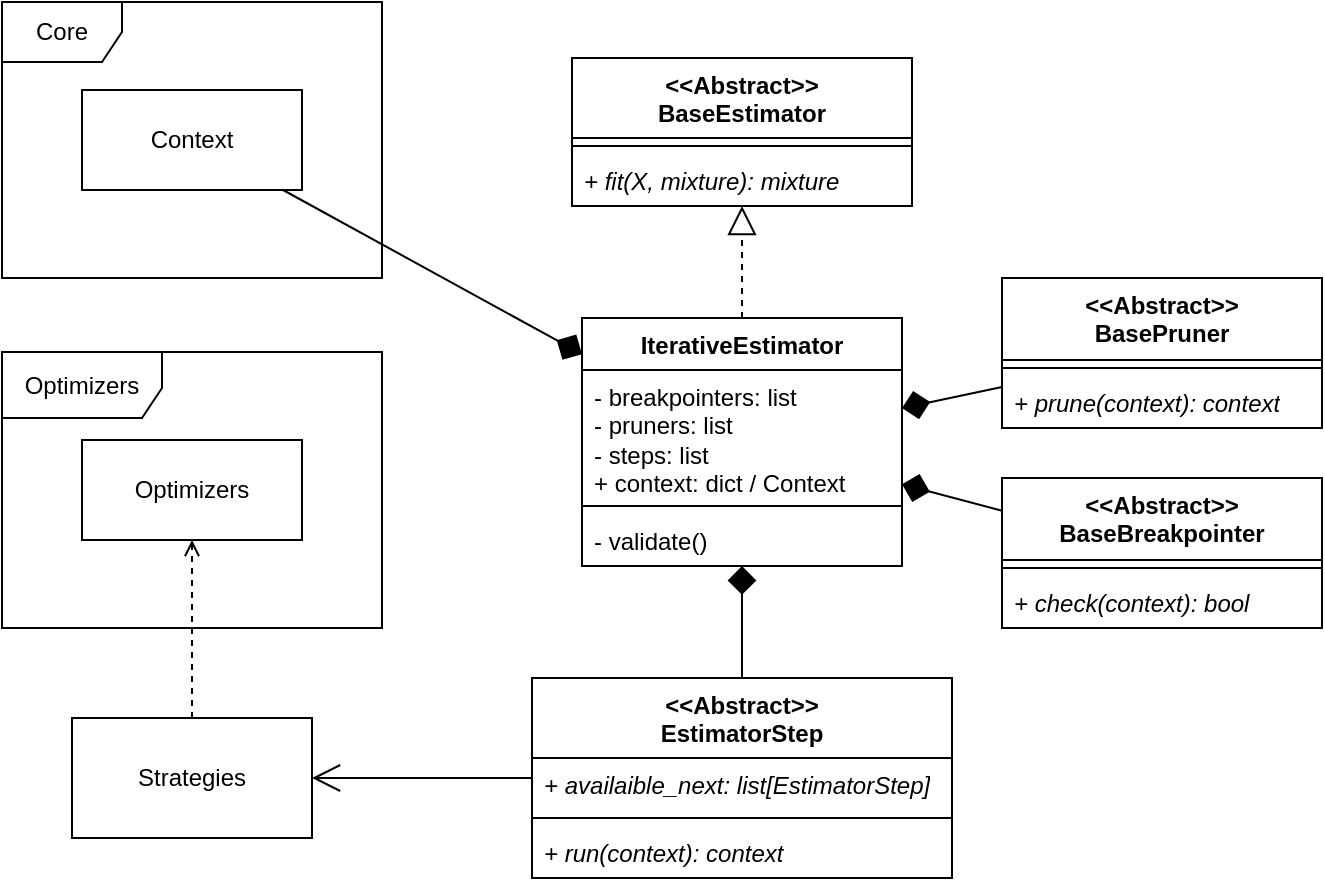
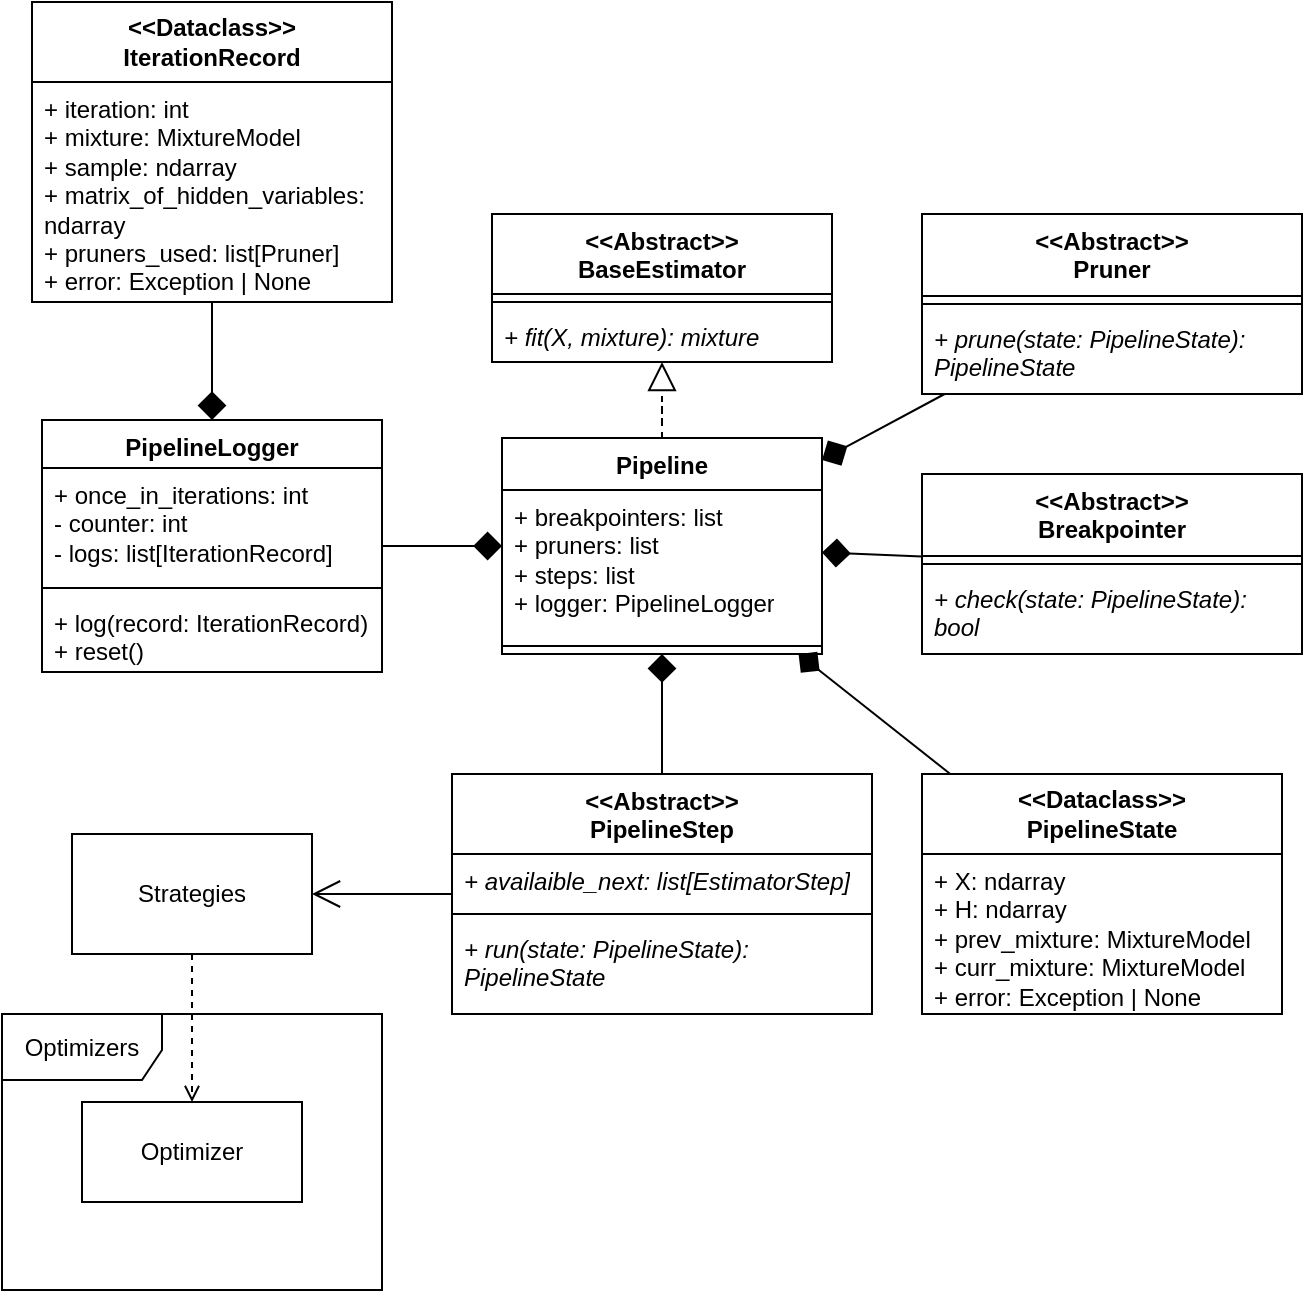
- <mxfile host="app.diagrams.net" agent="Mozilla/5.0 (X11; Linux x86_64; rv:141.0) Gecko/20100101 Firefox/141.0" version="28.0.7">
+ <mxfile host="app.diagrams.net" agent="Mozilla/5.0 (X11; Linux x86_64; rv:142.0) Gecko/20100101 Firefox/142.0" version="28.2.5">
  <diagram name="Страница — 1" id="L3of5CtgdDFCuuwQRz7S">
-     <mxGraphModel dx="989" dy="537" grid="1" gridSize="10" guides="1" tooltips="1" connect="1" arrows="1" fold="1" page="1" pageScale="1" pageWidth="827" pageHeight="1169" math="0" shadow="0">
+     <mxGraphModel dx="1164" dy="632" grid="1" gridSize="10" guides="1" tooltips="1" connect="1" arrows="1" fold="1" page="1" pageScale="1" pageWidth="827" pageHeight="1169" math="0" shadow="0">
      <root>
        <mxCell id="0" />
        <mxCell id="1" parent="0" />
-         <mxCell id="7kfVcsc6eJq3a87VuWfx-1" value="&lt;div&gt;&amp;lt;&amp;lt;Abstract&amp;gt;&amp;gt;&lt;/div&gt;&lt;div&gt;BaseEstimator&lt;/div&gt;" style="swimlane;fontStyle=1;align=center;verticalAlign=top;childLayout=stackLayout;horizontal=1;startSize=40;horizontalStack=0;resizeParent=1;resizeParentMax=0;resizeLast=0;collapsible=1;marginBottom=0;whiteSpace=wrap;html=1;" vertex="1" parent="1">
-           <mxGeometry x="305" y="140" width="170" height="74" as="geometry" />
+         <mxCell id="7kfVcsc6eJq3a87VuWfx-1" value="&lt;div&gt;&amp;lt;&amp;lt;Abstract&amp;gt;&amp;gt;&lt;/div&gt;&lt;div&gt;BaseEstimator&lt;/div&gt;" style="swimlane;fontStyle=1;align=center;verticalAlign=top;childLayout=stackLayout;horizontal=1;startSize=40;horizontalStack=0;resizeParent=1;resizeParentMax=0;resizeLast=0;collapsible=1;marginBottom=0;whiteSpace=wrap;html=1;" parent="1" vertex="1">
+           <mxGeometry x="305" y="200" width="170" height="74" as="geometry" />
        </mxCell>
-         <mxCell id="7kfVcsc6eJq3a87VuWfx-3" value="" style="line;strokeWidth=1;fillColor=none;align=left;verticalAlign=middle;spacingTop=-1;spacingLeft=3;spacingRight=3;rotatable=0;labelPosition=right;points=[];portConstraint=eastwest;strokeColor=inherit;" vertex="1" parent="7kfVcsc6eJq3a87VuWfx-1">
+         <mxCell id="7kfVcsc6eJq3a87VuWfx-3" value="" style="line;strokeWidth=1;fillColor=none;align=left;verticalAlign=middle;spacingTop=-1;spacingLeft=3;spacingRight=3;rotatable=0;labelPosition=right;points=[];portConstraint=eastwest;strokeColor=inherit;" parent="7kfVcsc6eJq3a87VuWfx-1" vertex="1">
          <mxGeometry y="40" width="170" height="8" as="geometry" />
        </mxCell>
-         <mxCell id="7kfVcsc6eJq3a87VuWfx-2" value="&lt;i&gt;+ fit(X, mixture): mixture&lt;/i&gt;" style="text;strokeColor=none;fillColor=none;align=left;verticalAlign=top;spacingLeft=4;spacingRight=4;overflow=hidden;rotatable=0;points=[[0,0.5],[1,0.5]];portConstraint=eastwest;whiteSpace=wrap;html=1;" vertex="1" parent="7kfVcsc6eJq3a87VuWfx-1">
+         <mxCell id="7kfVcsc6eJq3a87VuWfx-2" value="&lt;i&gt;+ fit(X, mixture): mixture&lt;/i&gt;" style="text;strokeColor=none;fillColor=none;align=left;verticalAlign=top;spacingLeft=4;spacingRight=4;overflow=hidden;rotatable=0;points=[[0,0.5],[1,0.5]];portConstraint=eastwest;whiteSpace=wrap;html=1;" parent="7kfVcsc6eJq3a87VuWfx-1" vertex="1">
          <mxGeometry y="48" width="170" height="26" as="geometry" />
        </mxCell>
-         <mxCell id="7kfVcsc6eJq3a87VuWfx-21" style="edgeStyle=orthogonalEdgeStyle;rounded=0;orthogonalLoop=1;jettySize=auto;html=1;endArrow=block;endFill=0;endSize=12;dashed=1;" edge="1" parent="1" source="7kfVcsc6eJq3a87VuWfx-4" target="7kfVcsc6eJq3a87VuWfx-1">
+         <mxCell id="7kfVcsc6eJq3a87VuWfx-21" style="edgeStyle=orthogonalEdgeStyle;rounded=0;orthogonalLoop=1;jettySize=auto;html=1;endArrow=block;endFill=0;endSize=12;dashed=1;" parent="1" source="7kfVcsc6eJq3a87VuWfx-4" target="7kfVcsc6eJq3a87VuWfx-1" edge="1">
          <mxGeometry relative="1" as="geometry" />
        </mxCell>
-         <mxCell id="7kfVcsc6eJq3a87VuWfx-4" value="IterativeEstimator" style="swimlane;fontStyle=1;align=center;verticalAlign=top;childLayout=stackLayout;horizontal=1;startSize=26;horizontalStack=0;resizeParent=1;resizeParentMax=0;resizeLast=0;collapsible=1;marginBottom=0;whiteSpace=wrap;html=1;" vertex="1" parent="1">
-           <mxGeometry x="310" y="270" width="160" height="124" as="geometry" />
+         <mxCell id="7kfVcsc6eJq3a87VuWfx-4" value="Pipeline" style="swimlane;fontStyle=1;align=center;verticalAlign=top;childLayout=stackLayout;horizontal=1;startSize=26;horizontalStack=0;resizeParent=1;resizeParentMax=0;resizeLast=0;collapsible=1;marginBottom=0;whiteSpace=wrap;html=1;" parent="1" vertex="1">
+           <mxGeometry x="310" y="312" width="160" height="108" as="geometry" />
        </mxCell>
-         <mxCell id="7kfVcsc6eJq3a87VuWfx-5" value="&lt;div&gt;- breakpointers: list&lt;/div&gt;&lt;div&gt;- pruners: list&lt;/div&gt;&lt;div&gt;- steps: list&lt;/div&gt;&lt;div&gt;+ context: dict / Context&lt;/div&gt;" style="text;strokeColor=none;fillColor=none;align=left;verticalAlign=top;spacingLeft=4;spacingRight=4;overflow=hidden;rotatable=0;points=[[0,0.5],[1,0.5]];portConstraint=eastwest;whiteSpace=wrap;html=1;" vertex="1" parent="7kfVcsc6eJq3a87VuWfx-4">
-           <mxGeometry y="26" width="160" height="64" as="geometry" />
+         <mxCell id="7kfVcsc6eJq3a87VuWfx-5" value="&lt;div&gt;+ breakpointers: list&lt;/div&gt;&lt;div&gt;+ pruners: list&lt;/div&gt;&lt;div&gt;+ steps: list&lt;/div&gt;&lt;div&gt;+ logger: PipelineLogger&lt;/div&gt;" style="text;strokeColor=none;fillColor=none;align=left;verticalAlign=top;spacingLeft=4;spacingRight=4;overflow=hidden;rotatable=0;points=[[0,0.5],[1,0.5]];portConstraint=eastwest;whiteSpace=wrap;html=1;" parent="7kfVcsc6eJq3a87VuWfx-4" vertex="1">
+           <mxGeometry y="26" width="160" height="74" as="geometry" />
        </mxCell>
-         <mxCell id="7kfVcsc6eJq3a87VuWfx-6" value="" style="line;strokeWidth=1;fillColor=none;align=left;verticalAlign=middle;spacingTop=-1;spacingLeft=3;spacingRight=3;rotatable=0;labelPosition=right;points=[];portConstraint=eastwest;strokeColor=inherit;" vertex="1" parent="7kfVcsc6eJq3a87VuWfx-4">
-           <mxGeometry y="90" width="160" height="8" as="geometry" />
+         <mxCell id="7kfVcsc6eJq3a87VuWfx-6" value="" style="line;strokeWidth=1;fillColor=none;align=left;verticalAlign=middle;spacingTop=-1;spacingLeft=3;spacingRight=3;rotatable=0;labelPosition=right;points=[];portConstraint=eastwest;strokeColor=inherit;" parent="7kfVcsc6eJq3a87VuWfx-4" vertex="1">
+           <mxGeometry y="100" width="160" height="8" as="geometry" />
        </mxCell>
-         <mxCell id="7kfVcsc6eJq3a87VuWfx-7" value="- validate()" style="text;strokeColor=none;fillColor=none;align=left;verticalAlign=top;spacingLeft=4;spacingRight=4;overflow=hidden;rotatable=0;points=[[0,0.5],[1,0.5]];portConstraint=eastwest;whiteSpace=wrap;html=1;" vertex="1" parent="7kfVcsc6eJq3a87VuWfx-4">
-           <mxGeometry y="98" width="160" height="26" as="geometry" />
-         </mxCell>
-         <mxCell id="7kfVcsc6eJq3a87VuWfx-22" style="rounded=0;orthogonalLoop=1;jettySize=auto;html=1;endArrow=diamond;endFill=1;endSize=12;" edge="1" parent="1" source="7kfVcsc6eJq3a87VuWfx-8" target="7kfVcsc6eJq3a87VuWfx-4">
+         <mxCell id="7kfVcsc6eJq3a87VuWfx-22" style="rounded=0;orthogonalLoop=1;jettySize=auto;html=1;endArrow=diamond;endFill=1;endSize=12;" parent="1" source="7kfVcsc6eJq3a87VuWfx-8" target="7kfVcsc6eJq3a87VuWfx-4" edge="1">
          <mxGeometry relative="1" as="geometry" />
        </mxCell>
-         <mxCell id="7kfVcsc6eJq3a87VuWfx-8" value="&lt;div&gt;&amp;lt;&amp;lt;Abstract&amp;gt;&amp;gt;&lt;/div&gt;&lt;div&gt;BasePruner&lt;/div&gt;" style="swimlane;fontStyle=1;align=center;verticalAlign=top;childLayout=stackLayout;horizontal=1;startSize=41;horizontalStack=0;resizeParent=1;resizeParentMax=0;resizeLast=0;collapsible=1;marginBottom=0;whiteSpace=wrap;html=1;" vertex="1" parent="1">
-           <mxGeometry x="520" y="250" width="160" height="75" as="geometry" />
+         <mxCell id="7kfVcsc6eJq3a87VuWfx-8" value="&lt;div&gt;&amp;lt;&amp;lt;Abstract&amp;gt;&amp;gt;&lt;/div&gt;&lt;div&gt;Pruner&lt;/div&gt;" style="swimlane;fontStyle=1;align=center;verticalAlign=top;childLayout=stackLayout;horizontal=1;startSize=41;horizontalStack=0;resizeParent=1;resizeParentMax=0;resizeLast=0;collapsible=1;marginBottom=0;whiteSpace=wrap;html=1;" parent="1" vertex="1">
+           <mxGeometry x="520" y="200" width="190" height="90" as="geometry" />
        </mxCell>
-         <mxCell id="7kfVcsc6eJq3a87VuWfx-9" value="" style="line;strokeWidth=1;fillColor=none;align=left;verticalAlign=middle;spacingTop=-1;spacingLeft=3;spacingRight=3;rotatable=0;labelPosition=right;points=[];portConstraint=eastwest;strokeColor=inherit;" vertex="1" parent="7kfVcsc6eJq3a87VuWfx-8">
-           <mxGeometry y="41" width="160" height="8" as="geometry" />
+         <mxCell id="7kfVcsc6eJq3a87VuWfx-9" value="" style="line;strokeWidth=1;fillColor=none;align=left;verticalAlign=middle;spacingTop=-1;spacingLeft=3;spacingRight=3;rotatable=0;labelPosition=right;points=[];portConstraint=eastwest;strokeColor=inherit;" parent="7kfVcsc6eJq3a87VuWfx-8" vertex="1">
+           <mxGeometry y="41" width="190" height="8" as="geometry" />
        </mxCell>
-         <mxCell id="7kfVcsc6eJq3a87VuWfx-10" value="&lt;i&gt;+ prune(context): context&lt;/i&gt;" style="text;strokeColor=none;fillColor=none;align=left;verticalAlign=top;spacingLeft=4;spacingRight=4;overflow=hidden;rotatable=0;points=[[0,0.5],[1,0.5]];portConstraint=eastwest;whiteSpace=wrap;html=1;" vertex="1" parent="7kfVcsc6eJq3a87VuWfx-8">
-           <mxGeometry y="49" width="160" height="26" as="geometry" />
+         <mxCell id="7kfVcsc6eJq3a87VuWfx-10" value="&lt;i&gt;+ prune(state: PipelineState): PipelineState&lt;/i&gt;" style="text;strokeColor=none;fillColor=none;align=left;verticalAlign=top;spacingLeft=4;spacingRight=4;overflow=hidden;rotatable=0;points=[[0,0.5],[1,0.5]];portConstraint=eastwest;whiteSpace=wrap;html=1;" parent="7kfVcsc6eJq3a87VuWfx-8" vertex="1">
+           <mxGeometry y="49" width="190" height="41" as="geometry" />
        </mxCell>
-         <mxCell id="7kfVcsc6eJq3a87VuWfx-23" style="rounded=0;orthogonalLoop=1;jettySize=auto;html=1;endSize=12;endArrow=diamond;endFill=1;" edge="1" parent="1" source="7kfVcsc6eJq3a87VuWfx-11" target="7kfVcsc6eJq3a87VuWfx-4">
+         <mxCell id="7kfVcsc6eJq3a87VuWfx-23" style="rounded=0;orthogonalLoop=1;jettySize=auto;html=1;endSize=12;endArrow=diamond;endFill=1;" parent="1" source="7kfVcsc6eJq3a87VuWfx-11" target="7kfVcsc6eJq3a87VuWfx-4" edge="1">
          <mxGeometry relative="1" as="geometry" />
        </mxCell>
-         <mxCell id="7kfVcsc6eJq3a87VuWfx-11" value="&lt;div&gt;&amp;lt;&amp;lt;Abstract&amp;gt;&amp;gt;&lt;/div&gt;&lt;div&gt;BaseBreakpointer&lt;/div&gt;" style="swimlane;fontStyle=1;align=center;verticalAlign=top;childLayout=stackLayout;horizontal=1;startSize=41;horizontalStack=0;resizeParent=1;resizeParentMax=0;resizeLast=0;collapsible=1;marginBottom=0;whiteSpace=wrap;html=1;" vertex="1" parent="1">
-           <mxGeometry x="520" y="350" width="160" height="75" as="geometry" />
+         <mxCell id="7kfVcsc6eJq3a87VuWfx-11" value="&lt;div&gt;&amp;lt;&amp;lt;Abstract&amp;gt;&amp;gt;&lt;/div&gt;&lt;div&gt;Breakpointer&lt;/div&gt;" style="swimlane;fontStyle=1;align=center;verticalAlign=top;childLayout=stackLayout;horizontal=1;startSize=41;horizontalStack=0;resizeParent=1;resizeParentMax=0;resizeLast=0;collapsible=1;marginBottom=0;whiteSpace=wrap;html=1;" parent="1" vertex="1">
+           <mxGeometry x="520" y="330" width="190" height="90" as="geometry" />
        </mxCell>
-         <mxCell id="7kfVcsc6eJq3a87VuWfx-12" value="" style="line;strokeWidth=1;fillColor=none;align=left;verticalAlign=middle;spacingTop=-1;spacingLeft=3;spacingRight=3;rotatable=0;labelPosition=right;points=[];portConstraint=eastwest;strokeColor=inherit;" vertex="1" parent="7kfVcsc6eJq3a87VuWfx-11">
-           <mxGeometry y="41" width="160" height="8" as="geometry" />
+         <mxCell id="7kfVcsc6eJq3a87VuWfx-12" value="" style="line;strokeWidth=1;fillColor=none;align=left;verticalAlign=middle;spacingTop=-1;spacingLeft=3;spacingRight=3;rotatable=0;labelPosition=right;points=[];portConstraint=eastwest;strokeColor=inherit;" parent="7kfVcsc6eJq3a87VuWfx-11" vertex="1">
+           <mxGeometry y="41" width="190" height="8" as="geometry" />
        </mxCell>
-         <mxCell id="7kfVcsc6eJq3a87VuWfx-13" value="&lt;i&gt;+ check(context): bool&lt;/i&gt;" style="text;strokeColor=none;fillColor=none;align=left;verticalAlign=top;spacingLeft=4;spacingRight=4;overflow=hidden;rotatable=0;points=[[0,0.5],[1,0.5]];portConstraint=eastwest;whiteSpace=wrap;html=1;" vertex="1" parent="7kfVcsc6eJq3a87VuWfx-11">
-           <mxGeometry y="49" width="160" height="26" as="geometry" />
+         <mxCell id="7kfVcsc6eJq3a87VuWfx-13" value="&lt;i&gt;+ check(state: PipelineState): bool&lt;/i&gt;" style="text;strokeColor=none;fillColor=none;align=left;verticalAlign=top;spacingLeft=4;spacingRight=4;overflow=hidden;rotatable=0;points=[[0,0.5],[1,0.5]];portConstraint=eastwest;whiteSpace=wrap;html=1;" parent="7kfVcsc6eJq3a87VuWfx-11" vertex="1">
+           <mxGeometry y="49" width="190" height="41" as="geometry" />
        </mxCell>
-         <mxCell id="7kfVcsc6eJq3a87VuWfx-24" style="edgeStyle=orthogonalEdgeStyle;rounded=0;orthogonalLoop=1;jettySize=auto;html=1;endArrow=diamond;endFill=1;endSize=12;" edge="1" parent="1" source="7kfVcsc6eJq3a87VuWfx-14" target="7kfVcsc6eJq3a87VuWfx-4">
+         <mxCell id="7kfVcsc6eJq3a87VuWfx-24" style="edgeStyle=orthogonalEdgeStyle;rounded=0;orthogonalLoop=1;jettySize=auto;html=1;endArrow=diamond;endFill=1;endSize=12;" parent="1" source="7kfVcsc6eJq3a87VuWfx-14" target="7kfVcsc6eJq3a87VuWfx-4" edge="1">
          <mxGeometry relative="1" as="geometry" />
        </mxCell>
-         <mxCell id="7kfVcsc6eJq3a87VuWfx-26" style="edgeStyle=orthogonalEdgeStyle;rounded=0;orthogonalLoop=1;jettySize=auto;html=1;endArrow=open;endFill=0;endSize=12;" edge="1" parent="1" source="7kfVcsc6eJq3a87VuWfx-14" target="7kfVcsc6eJq3a87VuWfx-18">
+         <mxCell id="7kfVcsc6eJq3a87VuWfx-26" style="edgeStyle=orthogonalEdgeStyle;rounded=0;orthogonalLoop=1;jettySize=auto;html=1;endArrow=open;endFill=0;endSize=12;" parent="1" source="7kfVcsc6eJq3a87VuWfx-14" target="7kfVcsc6eJq3a87VuWfx-18" edge="1">
          <mxGeometry relative="1" as="geometry" />
        </mxCell>
-         <mxCell id="7kfVcsc6eJq3a87VuWfx-14" value="&lt;div&gt;&amp;lt;&amp;lt;Abstract&amp;gt;&amp;gt;&lt;/div&gt;&lt;div&gt;EstimatorStep&lt;/div&gt;" style="swimlane;fontStyle=1;align=center;verticalAlign=top;childLayout=stackLayout;horizontal=1;startSize=40;horizontalStack=0;resizeParent=1;resizeParentMax=0;resizeLast=0;collapsible=1;marginBottom=0;whiteSpace=wrap;html=1;" vertex="1" parent="1">
-           <mxGeometry x="285" y="450" width="210" height="100" as="geometry" />
+         <mxCell id="7kfVcsc6eJq3a87VuWfx-14" value="&lt;div&gt;&amp;lt;&amp;lt;Abstract&amp;gt;&amp;gt;&lt;/div&gt;&lt;div&gt;PipelineStep&lt;/div&gt;" style="swimlane;fontStyle=1;align=center;verticalAlign=top;childLayout=stackLayout;horizontal=1;startSize=40;horizontalStack=0;resizeParent=1;resizeParentMax=0;resizeLast=0;collapsible=1;marginBottom=0;whiteSpace=wrap;html=1;" parent="1" vertex="1">
+           <mxGeometry x="285" y="480" width="210" height="120" as="geometry" />
        </mxCell>
-         <mxCell id="7kfVcsc6eJq3a87VuWfx-15" value="&lt;i&gt;+ availaible_next: list[EstimatorStep]&lt;/i&gt;" style="text;strokeColor=none;fillColor=none;align=left;verticalAlign=top;spacingLeft=4;spacingRight=4;overflow=hidden;rotatable=0;points=[[0,0.5],[1,0.5]];portConstraint=eastwest;whiteSpace=wrap;html=1;" vertex="1" parent="7kfVcsc6eJq3a87VuWfx-14">
+         <mxCell id="7kfVcsc6eJq3a87VuWfx-15" value="&lt;i&gt;+ availaible_next: list[EstimatorStep]&lt;/i&gt;" style="text;strokeColor=none;fillColor=none;align=left;verticalAlign=top;spacingLeft=4;spacingRight=4;overflow=hidden;rotatable=0;points=[[0,0.5],[1,0.5]];portConstraint=eastwest;whiteSpace=wrap;html=1;" parent="7kfVcsc6eJq3a87VuWfx-14" vertex="1">
          <mxGeometry y="40" width="210" height="26" as="geometry" />
        </mxCell>
-         <mxCell id="7kfVcsc6eJq3a87VuWfx-16" value="" style="line;strokeWidth=1;fillColor=none;align=left;verticalAlign=middle;spacingTop=-1;spacingLeft=3;spacingRight=3;rotatable=0;labelPosition=right;points=[];portConstraint=eastwest;strokeColor=inherit;" vertex="1" parent="7kfVcsc6eJq3a87VuWfx-14">
+         <mxCell id="7kfVcsc6eJq3a87VuWfx-16" value="" style="line;strokeWidth=1;fillColor=none;align=left;verticalAlign=middle;spacingTop=-1;spacingLeft=3;spacingRight=3;rotatable=0;labelPosition=right;points=[];portConstraint=eastwest;strokeColor=inherit;" parent="7kfVcsc6eJq3a87VuWfx-14" vertex="1">
          <mxGeometry y="66" width="210" height="8" as="geometry" />
        </mxCell>
-         <mxCell id="7kfVcsc6eJq3a87VuWfx-17" value="&lt;i&gt;+ run(context): context&lt;/i&gt;" style="text;strokeColor=none;fillColor=none;align=left;verticalAlign=top;spacingLeft=4;spacingRight=4;overflow=hidden;rotatable=0;points=[[0,0.5],[1,0.5]];portConstraint=eastwest;whiteSpace=wrap;html=1;" vertex="1" parent="7kfVcsc6eJq3a87VuWfx-14">
-           <mxGeometry y="74" width="210" height="26" as="geometry" />
+         <mxCell id="7kfVcsc6eJq3a87VuWfx-17" value="&lt;i&gt;+ run(state: PipelineState): PipelineState&lt;/i&gt;" style="text;strokeColor=none;fillColor=none;align=left;verticalAlign=top;spacingLeft=4;spacingRight=4;overflow=hidden;rotatable=0;points=[[0,0.5],[1,0.5]];portConstraint=eastwest;whiteSpace=wrap;html=1;" parent="7kfVcsc6eJq3a87VuWfx-14" vertex="1">
+           <mxGeometry y="74" width="210" height="46" as="geometry" />
        </mxCell>
-         <mxCell id="7kfVcsc6eJq3a87VuWfx-33" style="edgeStyle=orthogonalEdgeStyle;rounded=0;orthogonalLoop=1;jettySize=auto;html=1;endArrow=open;endFill=0;dashed=1;" edge="1" parent="1" source="7kfVcsc6eJq3a87VuWfx-18" target="7kfVcsc6eJq3a87VuWfx-32">
+         <mxCell id="7kfVcsc6eJq3a87VuWfx-33" style="edgeStyle=orthogonalEdgeStyle;rounded=0;orthogonalLoop=1;jettySize=auto;html=1;endArrow=open;endFill=0;dashed=1;" parent="1" source="7kfVcsc6eJq3a87VuWfx-18" target="7kfVcsc6eJq3a87VuWfx-32" edge="1">
          <mxGeometry relative="1" as="geometry" />
        </mxCell>
-         <mxCell id="7kfVcsc6eJq3a87VuWfx-18" value="Strategies" style="rounded=0;whiteSpace=wrap;html=1;" vertex="1" parent="1">
-           <mxGeometry x="55" y="470" width="120" height="60" as="geometry" />
+         <mxCell id="7kfVcsc6eJq3a87VuWfx-18" value="Strategies" style="rounded=0;whiteSpace=wrap;html=1;" parent="1" vertex="1">
+           <mxGeometry x="95" y="510" width="120" height="60" as="geometry" />
        </mxCell>
-         <mxCell id="7kfVcsc6eJq3a87VuWfx-27" value="Core" style="shape=umlFrame;whiteSpace=wrap;html=1;pointerEvents=0;" vertex="1" parent="1">
-           <mxGeometry x="20" y="112" width="190" height="138" as="geometry" />
+         <mxCell id="7kfVcsc6eJq3a87VuWfx-31" value="Optimizers" style="shape=umlFrame;whiteSpace=wrap;html=1;pointerEvents=0;width=80;height=33;" parent="1" vertex="1">
+           <mxGeometry x="60" y="600" width="190" height="138" as="geometry" />
        </mxCell>
-         <mxCell id="7kfVcsc6eJq3a87VuWfx-29" style="rounded=0;orthogonalLoop=1;jettySize=auto;html=1;endArrow=diamond;endFill=1;endSize=12;" edge="1" parent="1" source="7kfVcsc6eJq3a87VuWfx-28" target="7kfVcsc6eJq3a87VuWfx-4">
+         <mxCell id="7kfVcsc6eJq3a87VuWfx-32" value="Optimizer" style="html=1;whiteSpace=wrap;" parent="1" vertex="1">
+           <mxGeometry x="100" y="644" width="110" height="50" as="geometry" />
+         </mxCell>
+         <mxCell id="YgMQbUtL-lygG9Zo0qAp-8" style="rounded=0;orthogonalLoop=1;jettySize=auto;html=1;endArrow=diamond;endFill=1;endSize=11;" edge="1" parent="1" source="YgMQbUtL-lygG9Zo0qAp-4" target="7kfVcsc6eJq3a87VuWfx-4">
          <mxGeometry relative="1" as="geometry" />
        </mxCell>
-         <mxCell id="7kfVcsc6eJq3a87VuWfx-28" value="Context" style="html=1;whiteSpace=wrap;" vertex="1" parent="1">
-           <mxGeometry x="60" y="156" width="110" height="50" as="geometry" />
+         <mxCell id="YgMQbUtL-lygG9Zo0qAp-4" value="&lt;div&gt;&lt;b&gt;&amp;lt;&amp;lt;Dataclass&amp;gt;&amp;gt;&lt;/b&gt;&lt;/div&gt;&lt;div&gt;&lt;b&gt;PipelineState&lt;/b&gt;&lt;/div&gt;" style="swimlane;fontStyle=0;childLayout=stackLayout;horizontal=1;startSize=40;fillColor=none;horizontalStack=0;resizeParent=1;resizeParentMax=0;resizeLast=0;collapsible=1;marginBottom=0;whiteSpace=wrap;html=1;" vertex="1" parent="1">
+           <mxGeometry x="520" y="480" width="180" height="120" as="geometry" />
        </mxCell>
-         <mxCell id="7kfVcsc6eJq3a87VuWfx-31" value="Optimizers" style="shape=umlFrame;whiteSpace=wrap;html=1;pointerEvents=0;width=80;height=33;" vertex="1" parent="1">
-           <mxGeometry x="20" y="287" width="190" height="138" as="geometry" />
+         <mxCell id="YgMQbUtL-lygG9Zo0qAp-6" value="&lt;div&gt;+ X: ndarray&lt;/div&gt;&lt;div&gt;+ H: ndarray&lt;/div&gt;&lt;div&gt;+ prev_mixture: MixtureModel&lt;/div&gt;&lt;div&gt;+ curr_mixture: MixtureModel&lt;/div&gt;&lt;div&gt;+ error: Exception | None&lt;/div&gt;" style="text;strokeColor=none;fillColor=none;align=left;verticalAlign=top;spacingLeft=4;spacingRight=4;overflow=hidden;rotatable=0;points=[[0,0.5],[1,0.5]];portConstraint=eastwest;whiteSpace=wrap;html=1;" vertex="1" parent="YgMQbUtL-lygG9Zo0qAp-4">
+           <mxGeometry y="40" width="180" height="80" as="geometry" />
        </mxCell>
-         <mxCell id="7kfVcsc6eJq3a87VuWfx-32" value="Optimizers" style="html=1;whiteSpace=wrap;" vertex="1" parent="1">
-           <mxGeometry x="60" y="331" width="110" height="50" as="geometry" />
+         <mxCell id="YgMQbUtL-lygG9Zo0qAp-13" style="edgeStyle=orthogonalEdgeStyle;rounded=0;orthogonalLoop=1;jettySize=auto;html=1;endArrow=diamond;endFill=1;endSize=12;" edge="1" parent="1" source="YgMQbUtL-lygG9Zo0qAp-9" target="7kfVcsc6eJq3a87VuWfx-4">
+           <mxGeometry relative="1" as="geometry" />
+         </mxCell>
+         <mxCell id="YgMQbUtL-lygG9Zo0qAp-9" value="PipelineLogger" style="swimlane;fontStyle=1;align=center;verticalAlign=top;childLayout=stackLayout;horizontal=1;startSize=24;horizontalStack=0;resizeParent=1;resizeParentMax=0;resizeLast=0;collapsible=1;marginBottom=0;whiteSpace=wrap;html=1;" vertex="1" parent="1">
+           <mxGeometry x="80" y="303" width="170" height="126" as="geometry" />
+         </mxCell>
+         <mxCell id="YgMQbUtL-lygG9Zo0qAp-12" value="&lt;div&gt;+ once_in_iterations: int&lt;/div&gt;&lt;div&gt;- counter: int&lt;/div&gt;&lt;div&gt;- logs: list[IterationRecord]&lt;/div&gt;" style="text;strokeColor=none;fillColor=none;align=left;verticalAlign=top;spacingLeft=4;spacingRight=4;overflow=hidden;rotatable=0;points=[[0,0.5],[1,0.5]];portConstraint=eastwest;whiteSpace=wrap;html=1;" vertex="1" parent="YgMQbUtL-lygG9Zo0qAp-9">
+           <mxGeometry y="24" width="170" height="56" as="geometry" />
+         </mxCell>
+         <mxCell id="YgMQbUtL-lygG9Zo0qAp-10" value="" style="line;strokeWidth=1;fillColor=none;align=left;verticalAlign=middle;spacingTop=-1;spacingLeft=3;spacingRight=3;rotatable=0;labelPosition=right;points=[];portConstraint=eastwest;strokeColor=inherit;" vertex="1" parent="YgMQbUtL-lygG9Zo0qAp-9">
+           <mxGeometry y="80" width="170" height="8" as="geometry" />
+         </mxCell>
+         <mxCell id="YgMQbUtL-lygG9Zo0qAp-11" value="&lt;div&gt;+ log(record: IterationRecord)&lt;/div&gt;&lt;div&gt;+ reset()&lt;/div&gt;" style="text;strokeColor=none;fillColor=none;align=left;verticalAlign=top;spacingLeft=4;spacingRight=4;overflow=hidden;rotatable=0;points=[[0,0.5],[1,0.5]];portConstraint=eastwest;whiteSpace=wrap;html=1;" vertex="1" parent="YgMQbUtL-lygG9Zo0qAp-9">
+           <mxGeometry y="88" width="170" height="38" as="geometry" />
+         </mxCell>
+         <mxCell id="YgMQbUtL-lygG9Zo0qAp-16" style="edgeStyle=orthogonalEdgeStyle;rounded=0;orthogonalLoop=1;jettySize=auto;html=1;endArrow=diamond;endFill=1;endSize=12;" edge="1" parent="1" source="YgMQbUtL-lygG9Zo0qAp-14" target="YgMQbUtL-lygG9Zo0qAp-9">
+           <mxGeometry relative="1" as="geometry" />
+         </mxCell>
+         <mxCell id="YgMQbUtL-lygG9Zo0qAp-14" value="&lt;div&gt;&lt;b&gt;&amp;lt;&amp;lt;Dataclass&amp;gt;&amp;gt;&lt;/b&gt;&lt;/div&gt;&lt;div&gt;&lt;b&gt;IterationRecord&lt;/b&gt;&lt;/div&gt;" style="swimlane;fontStyle=0;childLayout=stackLayout;horizontal=1;startSize=40;fillColor=none;horizontalStack=0;resizeParent=1;resizeParentMax=0;resizeLast=0;collapsible=1;marginBottom=0;whiteSpace=wrap;html=1;" vertex="1" parent="1">
+           <mxGeometry x="75" y="94" width="180" height="150" as="geometry" />
+         </mxCell>
+         <mxCell id="YgMQbUtL-lygG9Zo0qAp-15" value="&lt;div&gt;+ iteration: int&lt;/div&gt;&lt;div&gt;+ mixture: MixtureModel&lt;/div&gt;&lt;div&gt;+ sample: ndarray&lt;/div&gt;&lt;div&gt;+ matrix_of_hidden_variables: ndarray&lt;/div&gt;&lt;div&gt;+ pruners_used: list[Pruner]&lt;/div&gt;&lt;div&gt;+ error: Exception | None&lt;/div&gt;" style="text;strokeColor=none;fillColor=none;align=left;verticalAlign=top;spacingLeft=4;spacingRight=4;overflow=hidden;rotatable=0;points=[[0,0.5],[1,0.5]];portConstraint=eastwest;whiteSpace=wrap;html=1;" vertex="1" parent="YgMQbUtL-lygG9Zo0qAp-14">
+           <mxGeometry y="40" width="180" height="110" as="geometry" />
        </mxCell>
      </root>
    </mxGraphModel>
  </diagram>
</mxfile>
